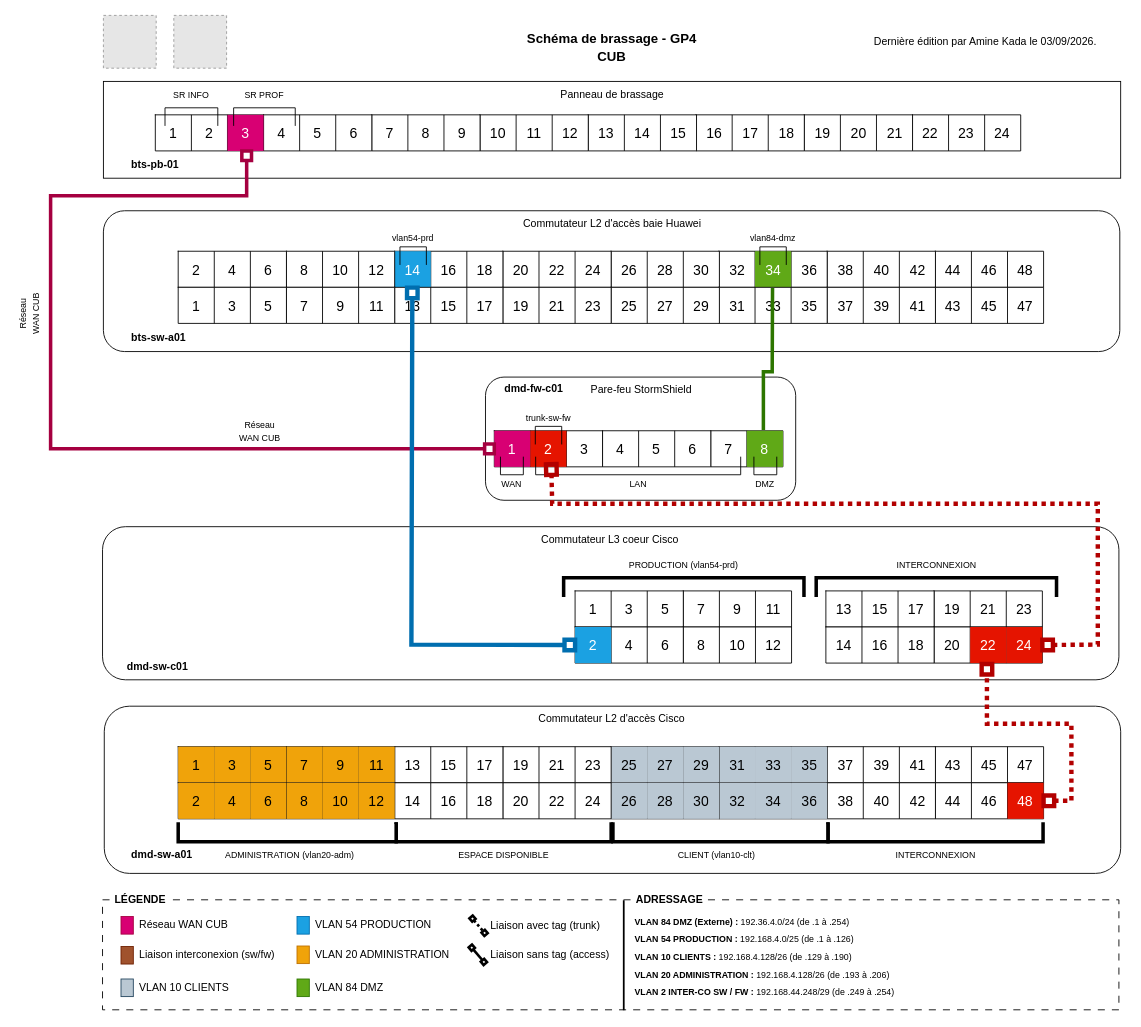
IT-Amine/cub keeps this draw.io diagram as docs/ressources/schemas/cub-schema-brassage-gp4.drawio. Above is the earlier version. Source tidied: cells renumbered, new cells numbered last; positions are measured from the earlier drawing's top-left corner, leaving out a move shared by most shapes. Both pictures are drawn from the tidied source at 88%, with x=0, y=0 at pixel (2, 15). Pictures stored in the file or linked from it are replaced by grey dashed boxes.
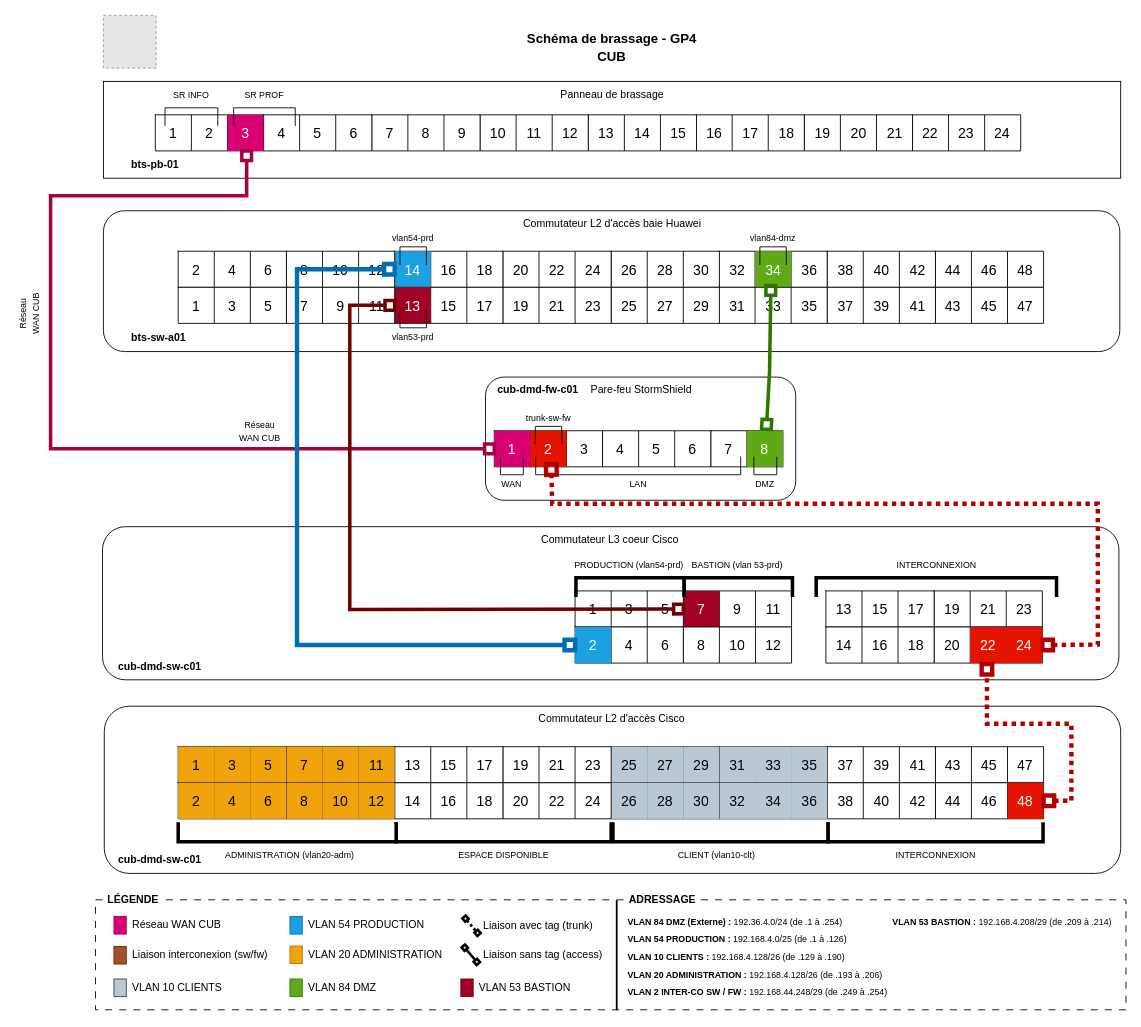
The same diagram, later.

Unchanged cells that the change refers to:
```xml
<mxCell id="22" style="shape=tableRow;horizontal=0;startSize=0;swimlaneHead=0;swimlaneBody=0;strokeColor=inherit;top=0;left=0;bottom=0;right=0;fillColor=none;points=[[0,0.5],[1,0.5]];portConstraint=eastwest;fontSize=16;" parent="21" vertex="1">
  <mxGeometry width="123" height="41" as="geometry" />
</mxCell>
<mxCell id="42" style="shape=tableRow;horizontal=0;startSize=0;swimlaneHead=0;swimlaneBody=0;strokeColor=inherit;top=0;left=0;bottom=0;right=0;fillColor=none;points=[[0,0.5],[1,0.5]];portConstraint=eastwest;fontSize=16;" parent="41" vertex="1">
  <mxGeometry width="123" height="41" as="geometry" />
</mxCell>
<mxCell id="94" style="shape=tableRow;horizontal=0;startSize=0;swimlaneHead=0;swimlaneBody=0;strokeColor=inherit;top=0;left=0;bottom=0;right=0;fillColor=none;points=[[0,0.5],[1,0.5]];portConstraint=eastwest;fontSize=16;" parent="93" vertex="1">
  <mxGeometry width="82" height="41" as="geometry" />
</mxCell>
<mxCell id="135" style="shape=tableRow;horizontal=0;startSize=0;swimlaneHead=0;swimlaneBody=0;strokeColor=inherit;top=0;left=0;bottom=0;right=0;fillColor=none;points=[[0,0.5],[1,0.5]];portConstraint=eastwest;fontSize=16;" parent="134" vertex="1">
  <mxGeometry width="123" height="41" as="geometry" />
</mxCell>
<mxCell id="140" style="shape=tableRow;horizontal=0;startSize=0;swimlaneHead=0;swimlaneBody=0;strokeColor=inherit;top=0;left=0;bottom=0;right=0;fillColor=none;points=[[0,0.5],[1,0.5]];portConstraint=eastwest;fontSize=16;" parent="139" vertex="1">
  <mxGeometry width="123" height="41" as="geometry" />
</mxCell>
<mxCell id="165" style="shape=tableRow;horizontal=0;startSize=0;swimlaneHead=0;swimlaneBody=0;strokeColor=inherit;top=0;left=0;bottom=0;right=0;fillColor=none;points=[[0,0.5],[1,0.5]];portConstraint=eastwest;fontSize=16;" parent="164" vertex="1">
  <mxGeometry width="123" height="41" as="geometry" />
</mxCell>
<mxCell id="190" style="shape=tableRow;horizontal=0;startSize=0;swimlaneHead=0;swimlaneBody=0;strokeColor=inherit;top=0;left=0;bottom=0;right=0;fillColor=none;points=[[0,0.5],[1,0.5]];portConstraint=eastwest;fontSize=16;" parent="189" vertex="1">
  <mxGeometry width="123" height="41" as="geometry" />
</mxCell>
```

What changed in the source:
```diff
@@
     <mxCell id="2" style="rounded=0;whiteSpace=wrap;html=1;dashed=1;dashPattern=8 8;" parent="1" vertex="1">
-      <mxGeometry x="114" y="1005" width="1155" height="125" as="geometry" />
+      <mxGeometry x="106" y="1005" width="1171" height="125" as="geometry" />
     </mxCell>
-    <mxCell id="3" style="fillColor=#E6E6E6;strokeColor=#999999;dashed=1;verticalLabelPosition=bottom;labelBackgroundColor=default;verticalAlign=top;" parent="1" vertex="1">
-      <mxGeometry x="195" width="60" height="60" as="geometry" />
-    </mxCell>
@@
-    <mxCell id="8" value="&lt;div align=&quot;left&quot;&gt;Dernière édition par Amine Kada le 03/09/2026.&lt;/div&gt;" style="text;html=1;align=left;verticalAlign=middle;strokeColor=none;fillColor=none;" parent="1" vertex="1">
-      <mxGeometry x="989" y="15" width="280" height="30" as="geometry" />
-    </mxCell>
@@
-    <mxCell id="136" value="13" style="shape=partialRectangle;html=1;whiteSpace=wrap;strokeColor=inherit;overflow=hidden;fillColor=none;top=0;left=0;bottom=0;right=0;fontSize=16;labelBackgroundColor=none;" parent="135" vertex="1">
+    <mxCell id="136" value="13" style="shape=partialRectangle;html=1;whiteSpace=wrap;strokeColor=#6F0000;overflow=hidden;fillColor=#a20025;top=0;left=0;bottom=0;right=0;fontSize=16;labelBackgroundColor=none;fontColor=#ffffff;" parent="135" vertex="1">
       <mxGeometry width="41" height="41" as="geometry" />
     </mxCell>
@@
-    <mxCell id="166" value="7" style="shape=partialRectangle;html=1;whiteSpace=wrap;strokeColor=inherit;overflow=hidden;fillColor=none;top=0;left=0;bottom=0;right=0;fontSize=16;labelBackgroundColor=none;" parent="165" vertex="1">
+    <mxCell id="166" value="7" style="shape=partialRectangle;html=1;whiteSpace=wrap;strokeColor=#6F0000;overflow=hidden;fillColor=#a20025;top=0;left=0;bottom=0;right=0;fontSize=16;labelBackgroundColor=none;fontColor=#ffffff;" parent="165" vertex="1">
       <mxGeometry width="41" height="41" as="geometry" />
     </mxCell>
@@
-    <mxCell id="282" value="dmd-sw-c01" style="text;html=1;align=left;verticalAlign=middle;fillColor=none;gradientColor=none;fontSize=12;fontStyle=1;" parent="1" vertex="1">
-      <mxGeometry x="140" y="725" width="90" height="30" as="geometry" />
+    <mxCell id="282" value="cub-dmd-sw-c01" style="text;html=1;align=left;verticalAlign=middle;fillColor=none;gradientColor=none;fontSize=12;fontStyle=1;" parent="1" vertex="1">
+      <mxGeometry x="130" y="725" width="110" height="30" as="geometry" />
     </mxCell>
-    <mxCell id="283" value="dmd-sw-a01" style="text;html=1;align=left;verticalAlign=middle;fillColor=none;gradientColor=none;fontSize=12;fontStyle=1;" parent="1" vertex="1">
-      <mxGeometry x="145" y="939" width="90" height="30" as="geometry" />
+    <mxCell id="283" value="cub-dmd-sw-c01" style="text;html=1;align=left;verticalAlign=middle;fillColor=none;gradientColor=none;fontSize=12;fontStyle=1;" parent="1" vertex="1">
+      <mxGeometry x="130" y="945" width="110" height="30" as="geometry" />
     </mxCell>
-    <mxCell id="284" value="dmd-fw-c01" style="text;html=1;align=left;verticalAlign=middle;fillColor=none;gradientColor=none;fontSize=12;fontStyle=1;" parent="1" vertex="1">
-      <mxGeometry x="569" y="410" width="90" height="30" as="geometry" />
+    <mxCell id="284" value="cub-dmd-fw-c01" style="text;html=1;align=left;verticalAlign=middle;fillColor=none;gradientColor=none;fontSize=12;fontStyle=1;" parent="1" vertex="1">
+      <mxGeometry x="561" y="411" width="110" height="30" as="geometry" />
     </mxCell>
@@
-    <mxCell id="288" style="endArrow=none;html=1;rounded=0;exitX=0.729;exitY=-0.024;exitDx=0;exitDy=0;exitPerimeter=0;strokeWidth=4;entryX=0.495;entryY=1.015;entryDx=0;entryDy=0;entryPerimeter=0;fillColor=#60a917;strokeColor=#2D7600;" parent="1" edge="1" source="94" target="22">
+    <mxCell id="288" style="endArrow=box;html=1;rounded=0;strokeWidth=4;entryX=0.423;entryY=-0.029;entryDx=0;entryDy=0;entryPerimeter=0;fillColor=#60a917;strokeColor=#2D7600;startArrow=box;startFill=0;endFill=0;" parent="1" edge="1">
       <mxGeometry relative="1" as="geometry">
+        <mxPoint x="868.4" y="470.2" as="sourcePoint" />
+        <mxPoint x="873.5" y="307" as="targetPoint" />
         <Array as="points">
-          <mxPoint x="865" y="405" />
-          <mxPoint x="875" y="405" />
+          <mxPoint x="872" y="404.2" />
         </Array>
       </mxGeometry>
     </mxCell>
-    <mxCell id="289" style="endArrow=box;html=1;rounded=0;exitX=0;exitY=0.5;exitDx=0;exitDy=0;strokeWidth=5;startArrow=box;startFill=0;endFill=0;fillColor=#1ba1e2;strokeColor=#006EAF;entryX=0.163;entryY=0.008;entryDx=0;entryDy=0;entryPerimeter=0;" parent="1" edge="1" source="190" target="135">
+    <mxCell id="289" style="endArrow=box;html=1;rounded=0;exitX=0;exitY=0.5;exitDx=0;exitDy=0;strokeWidth=5;startArrow=box;startFill=0;endFill=0;fillColor=#1ba1e2;strokeColor=#006EAF;entryX=1;entryY=0.5;entryDx=0;entryDy=0;" parent="1" edge="1" source="190" target="42">
       <mxGeometry relative="1" as="geometry">
         <Array as="points">
-          <mxPoint x="465" y="715" />
+          <mxPoint x="335" y="715.5" />
+          <mxPoint x="335" y="515" />
+          <mxPoint x="335" y="288.5" />
         </Array>
       </mxGeometry>
     </mxCell>
@@
     <mxCell id="296" style="shape=partialRectangle;whiteSpace=wrap;html=1;bottom=1;right=1;left=1;top=0;fillColor=none;routingCenterX=-0.5;rotation=-180;strokeWidth=4;" parent="1" vertex="1">
-      <mxGeometry x="638" y="639" width="273.1" height="20" as="geometry" />
+      <mxGeometry x="652" y="639" width="123" height="20" as="geometry" />
     </mxCell>
     <mxCell id="297" value="&lt;span style=&quot;font-size: 10px;&quot;&gt;PRODUCTION (vlan54-prd)&lt;/span&gt;" style="text;html=1;whiteSpace=wrap;strokeColor=none;fillColor=none;align=center;verticalAlign=middle;rounded=0;rotation=0;" parent="1" vertex="1">
-      <mxGeometry x="708.9" y="614" width="131.2" height="20" as="geometry" />
+      <mxGeometry x="646.9" y="614" width="131.2" height="20" as="geometry" />
     </mxCell>
@@
     <mxCell id="308" value="&lt;b&gt;LÉGENDE&lt;/b&gt;" style="text;html=1;whiteSpace=wrap;strokeColor=none;fillColor=default;align=center;verticalAlign=middle;rounded=0;" parent="1" vertex="1">
-      <mxGeometry x="125" y="990" width="64" height="30" as="geometry" />
+      <mxGeometry x="117" y="990" width="64" height="30" as="geometry" />
     </mxCell>
     <mxCell id="309" style="rounded=0;whiteSpace=wrap;html=1;fillColor=#d80073;fontColor=#ffffff;strokeColor=#A50040;" parent="1" vertex="1">
-      <mxGeometry x="135" y="1024" width="14" height="20" as="geometry" />
+      <mxGeometry x="127" y="1024" width="14" height="20" as="geometry" />
     </mxCell>
     <mxCell id="310" value="Réseau WAN CUB" style="text;html=1;whiteSpace=wrap;strokeColor=none;fillColor=none;align=left;verticalAlign=middle;rounded=0;" parent="1" vertex="1">
-      <mxGeometry x="154" y="1024" width="149" height="20" as="geometry" />
+      <mxGeometry x="146" y="1024" width="149" height="20" as="geometry" />
     </mxCell>
     <mxCell id="311" style="rounded=0;whiteSpace=wrap;html=1;fillColor=#1ba1e2;fontColor=#ffffff;strokeColor=#006EAF;" parent="1" vertex="1">
-      <mxGeometry x="335" y="1024" width="14" height="20" as="geometry" />
+      <mxGeometry x="327" y="1024" width="14" height="20" as="geometry" />
     </mxCell>
     <mxCell id="312" value="VLAN 54 PRODUCTION" style="text;html=1;whiteSpace=wrap;strokeColor=none;fillColor=none;align=left;verticalAlign=middle;rounded=0;" parent="1" vertex="1">
-      <mxGeometry x="354" y="1024" width="149" height="20" as="geometry" />
+      <mxGeometry x="346" y="1024" width="149" height="20" as="geometry" />
     </mxCell>
     <mxCell id="313" style="rounded=0;whiteSpace=wrap;html=1;fillColor=#a0522d;fontColor=#ffffff;strokeColor=#6D1F00;" parent="1" vertex="1">
-      <mxGeometry x="135" y="1058" width="14" height="20" as="geometry" />
+      <mxGeometry x="127" y="1058" width="14" height="20" as="geometry" />
     </mxCell>
     <mxCell id="314" value="Liaison interconexion (sw/fw)" style="text;html=1;whiteSpace=wrap;strokeColor=none;fillColor=none;align=left;verticalAlign=middle;rounded=0;" parent="1" vertex="1">
-      <mxGeometry x="154" y="1058" width="164" height="20" as="geometry" />
+      <mxGeometry x="146" y="1058" width="164" height="20" as="geometry" />
     </mxCell>
     <mxCell id="315" style="rounded=0;whiteSpace=wrap;html=1;fillColor=#bac8d3;strokeColor=#23445d;" parent="1" vertex="1">
-      <mxGeometry x="135" y="1095" width="14" height="20" as="geometry" />
+      <mxGeometry x="127" y="1095" width="14" height="20" as="geometry" />
     </mxCell>
     <mxCell id="316" value="VLAN 10 CLIENTS" style="text;html=1;whiteSpace=wrap;strokeColor=none;fillColor=none;align=left;verticalAlign=middle;rounded=0;" parent="1" vertex="1">
-      <mxGeometry x="154" y="1095" width="149" height="20" as="geometry" />
+      <mxGeometry x="146" y="1095" width="149" height="20" as="geometry" />
     </mxCell>
     <mxCell id="317" style="rounded=0;whiteSpace=wrap;html=1;fillColor=#f0a30a;strokeColor=#BD7000;fontColor=#000000;" parent="1" vertex="1">
-      <mxGeometry x="335" y="1057.5" width="14" height="20" as="geometry" />
+      <mxGeometry x="327" y="1057.5" width="14" height="20" as="geometry" />
     </mxCell>
     <mxCell id="318" value="VLAN 20 ADMINISTRATION" style="text;html=1;whiteSpace=wrap;strokeColor=none;fillColor=none;align=left;verticalAlign=middle;rounded=0;" parent="1" vertex="1">
-      <mxGeometry x="354" y="1057.5" width="164" height="20" as="geometry" />
+      <mxGeometry x="346" y="1057.5" width="164" height="20" as="geometry" />
     </mxCell>
     <mxCell id="319" style="endArrow=box;html=1;rounded=0;startArrow=box;startFill=0;endFill=0;strokeWidth=3;startSize=1;endSize=1;" parent="1" edge="1">
       <mxGeometry relative="1" as="geometry">
-        <mxPoint x="532" y="1057.5" as="sourcePoint" />
-        <mxPoint x="549" y="1077.5" as="targetPoint" />
+        <mxPoint x="524" y="1057.5" as="sourcePoint" />
+        <mxPoint x="541" y="1077.5" as="targetPoint" />
       </mxGeometry>
     </mxCell>
     <mxCell id="320" value="Liaison sans tag (access)&amp;nbsp;" style="text;html=1;whiteSpace=wrap;strokeColor=none;fillColor=none;align=left;verticalAlign=middle;rounded=0;" parent="1" vertex="1">
-      <mxGeometry x="552.5" y="1057.5" width="149" height="20" as="geometry" />
+      <mxGeometry x="544.5" y="1057.5" width="149" height="20" as="geometry" />
     </mxCell>
     <mxCell id="321" style="endArrow=box;html=1;rounded=0;startArrow=box;startFill=0;endFill=0;strokeWidth=3;startSize=1;endSize=1;dashed=1;dashPattern=1 1;" parent="1" edge="1">
       <mxGeometry relative="1" as="geometry">
-        <mxPoint x="532.8" y="1024.5" as="sourcePoint" />
-        <mxPoint x="549.8" y="1044.5" as="targetPoint" />
+        <mxPoint x="524.8" y="1024.5" as="sourcePoint" />
+        <mxPoint x="541.8" y="1044.5" as="targetPoint" />
       </mxGeometry>
     </mxCell>
     <mxCell id="322" value="Liaison avec tag (trunk)&amp;nbsp;" style="text;html=1;whiteSpace=wrap;strokeColor=none;fillColor=none;align=left;verticalAlign=middle;rounded=0;" parent="1" vertex="1">
-      <mxGeometry x="553.3" y="1024.5" width="149" height="20" as="geometry" />
+      <mxGeometry x="545.3" y="1024.5" width="149" height="20" as="geometry" />
     </mxCell>
     <mxCell id="323" style="endArrow=none;html=1;rounded=0;exitX=0.5;exitY=1;exitDx=0;exitDy=0;entryX=0.5;entryY=0;entryDx=0;entryDy=0;strokeWidth=2;" parent="1" edge="1">
       <mxGeometry relative="1" as="geometry">
-        <mxPoint x="706.3" y="1130.5" as="sourcePoint" />
-        <mxPoint x="706.3" y="1005.5" as="targetPoint" />
+        <mxPoint x="698.3" y="1130.5" as="sourcePoint" />
+        <mxPoint x="698.3" y="1005.5" as="targetPoint" />
       </mxGeometry>
     </mxCell>
     <mxCell id="324" value="&lt;b&gt;ADRESSAGE&lt;/b&gt;" style="text;html=1;whiteSpace=wrap;strokeColor=none;fillColor=default;align=center;verticalAlign=middle;rounded=0;" parent="1" vertex="1">
-      <mxGeometry x="716.5" y="990" width="82.5" height="30" as="geometry" />
+      <mxGeometry x="708.5" y="990" width="82.5" height="30" as="geometry" />
     </mxCell>
     <mxCell id="325" value="&lt;b&gt;&lt;font style=&quot;font-size: 10px;&quot;&gt;VLAN 84 DMZ (Externe) :&amp;nbsp;&lt;/font&gt;&lt;/b&gt;&lt;span style=&quot;font-size: 10px;&quot;&gt;192.36.4.0/24 (de .1 à .254)&lt;/span&gt;" style="text;html=1;whiteSpace=wrap;strokeColor=none;fillColor=none;align=left;verticalAlign=middle;rounded=0;" parent="1" vertex="1">
-      <mxGeometry x="717.3" y="1020" width="273.1" height="20" as="geometry" />
+      <mxGeometry x="709.3" y="1020" width="273.1" height="20" as="geometry" />
     </mxCell>
     <mxCell id="326" value="&lt;b&gt;&lt;font style=&quot;font-size: 10px;&quot;&gt;VLAN 54 PRODUCTION :&amp;nbsp;&lt;/font&gt;&lt;/b&gt;&lt;span style=&quot;font-size: 10px;&quot;&gt;192.168.4.0/25 (de .1 à .126)&lt;/span&gt;" style="text;html=1;whiteSpace=wrap;strokeColor=none;fillColor=none;align=left;verticalAlign=middle;rounded=0;" parent="1" vertex="1">
-      <mxGeometry x="717.3" y="1040" width="273.1" height="20" as="geometry" />
+      <mxGeometry x="709.3" y="1040" width="273.1" height="20" as="geometry" />
     </mxCell>
     <mxCell id="327" value="&lt;b&gt;&lt;font style=&quot;font-size: 10px;&quot;&gt;VLAN 10 CLIENTS :&amp;nbsp;&lt;/font&gt;&lt;/b&gt;&lt;span style=&quot;font-size: 10px;&quot;&gt;192.168.4.128/26 (de .129 à .190)&lt;/span&gt;" style="text;html=1;whiteSpace=wrap;strokeColor=none;fillColor=none;align=left;verticalAlign=middle;rounded=0;" parent="1" vertex="1">
-      <mxGeometry x="716.5" y="1060" width="273.1" height="20" as="geometry" />
+      <mxGeometry x="708.5" y="1060" width="273.1" height="20" as="geometry" />
     </mxCell>
     <mxCell id="328" value="&lt;b&gt;&lt;font style=&quot;font-size: 10px;&quot;&gt;VLAN 20 ADMINISTRATION :&amp;nbsp;&lt;/font&gt;&lt;/b&gt;&lt;span style=&quot;font-size: 10px;&quot;&gt;192.168.4.128/26 (de .193 à .206)&lt;/span&gt;" style="text;html=1;whiteSpace=wrap;strokeColor=none;fillColor=none;align=left;verticalAlign=middle;rounded=0;" parent="1" vertex="1">
-      <mxGeometry x="717.3" y="1080" width="300.7" height="20" as="geometry" />
+      <mxGeometry x="709.3" y="1080" width="300.7" height="20" as="geometry" />
     </mxCell>
     <mxCell id="329" value="&lt;b&gt;&lt;font style=&quot;font-size: 10px;&quot;&gt;VLAN 2 INTER-CO SW / FW :&amp;nbsp;&lt;/font&gt;&lt;/b&gt;&lt;span style=&quot;font-size: 10px;&quot;&gt;192.168.44.248/29 (de .249 à .254)&lt;/span&gt;" style="text;html=1;whiteSpace=wrap;strokeColor=none;fillColor=none;align=left;verticalAlign=middle;rounded=0;" parent="1" vertex="1">
-      <mxGeometry x="716.5" y="1100" width="300.7" height="20" as="geometry" />
+      <mxGeometry x="708.5" y="1100" width="300.7" height="20" as="geometry" />
     </mxCell>
     <mxCell id="330" style="rounded=0;whiteSpace=wrap;html=1;fillColor=#60a917;strokeColor=#2D7600;fontColor=#ffffff;" parent="1" vertex="1">
-      <mxGeometry x="335" y="1095" width="14" height="20" as="geometry" />
+      <mxGeometry x="327" y="1095" width="14" height="20" as="geometry" />
     </mxCell>
     <mxCell id="331" value="VLAN 84 DMZ" style="text;html=1;whiteSpace=wrap;strokeColor=none;fillColor=none;align=left;verticalAlign=middle;rounded=0;" parent="1" vertex="1">
-      <mxGeometry x="354" y="1095" width="164" height="20" as="geometry" />
+      <mxGeometry x="346" y="1095" width="164" height="20" as="geometry" />
     </mxCell>
@@
+    <mxCell id="335" style="endArrow=box;html=1;rounded=0;strokeWidth=4;startArrow=box;startFill=0;endFill=0;fillColor=#a20025;strokeColor=#6F0000;entryX=1;entryY=0.5;entryDx=0;entryDy=0;" parent="1" edge="1" source="165" target="140">
+      <mxGeometry relative="1" as="geometry">
+        <Array as="points">
+          <mxPoint x="395" y="675" />
+          <mxPoint x="395" y="329.5" />
+        </Array>
+      </mxGeometry>
+    </mxCell>
+    <mxCell id="336" style="shape=partialRectangle;whiteSpace=wrap;html=1;bottom=1;right=1;left=1;top=0;fillColor=none;routingCenterX=-0.5;rotation=-180;strokeWidth=4;" parent="1" vertex="1">
+      <mxGeometry x="775" y="639" width="123" height="20" as="geometry" />
+    </mxCell>
+    <mxCell id="337" value="&lt;span style=&quot;font-size: 10px;&quot;&gt;BASTION (vlan 53-prd)&lt;/span&gt;" style="text;html=1;whiteSpace=wrap;strokeColor=none;fillColor=none;align=center;verticalAlign=middle;rounded=0;rotation=0;" parent="1" vertex="1">
+      <mxGeometry x="769.9" y="614" width="131.2" height="20" as="geometry" />
+    </mxCell>
+    <mxCell id="338" style="rounded=0;whiteSpace=wrap;html=1;fillColor=#a20025;strokeColor=#6F0000;fontColor=#ffffff;" parent="1" vertex="1">
+      <mxGeometry x="521.2" y="1095" width="14" height="20" as="geometry" />
+    </mxCell>
+    <mxCell id="339" value="VLAN 53 BASTION" style="text;html=1;whiteSpace=wrap;strokeColor=none;fillColor=none;align=left;verticalAlign=middle;rounded=0;" parent="1" vertex="1">
+      <mxGeometry x="540.2" y="1095" width="164" height="20" as="geometry" />
+    </mxCell>
+    <mxCell id="340" value="&lt;b&gt;&lt;font style=&quot;font-size: 10px;&quot;&gt;VLAN 53 BASTION :&amp;nbsp;&lt;/font&gt;&lt;/b&gt;&lt;span style=&quot;font-size: 10px;&quot;&gt;192.168.4.208/29 (de .209 à .214)&lt;/span&gt;" style="text;html=1;whiteSpace=wrap;strokeColor=none;fillColor=none;align=left;verticalAlign=middle;rounded=0;" parent="1" vertex="1">
+      <mxGeometry x="1010" y="1020" width="267" height="20" as="geometry" />
+    </mxCell>
+    <mxCell id="341" style="shape=partialRectangle;whiteSpace=wrap;html=1;bottom=1;right=1;left=1;top=0;fillColor=none;routingCenterX=-0.5;rotation=0;" parent="1" vertex="1">
+      <mxGeometry x="452" y="335" width="30" height="20" as="geometry" />
+    </mxCell>
+    <mxCell id="342" value="&lt;span style=&quot;font-size: 10px;&quot;&gt;vlan53-prd&lt;/span&gt;" style="text;html=1;whiteSpace=wrap;strokeColor=none;fillColor=none;align=center;verticalAlign=middle;rounded=0;" parent="1" vertex="1">
+      <mxGeometry x="437" y="355" width="60" height="20" as="geometry" />
+    </mxCell>
```
